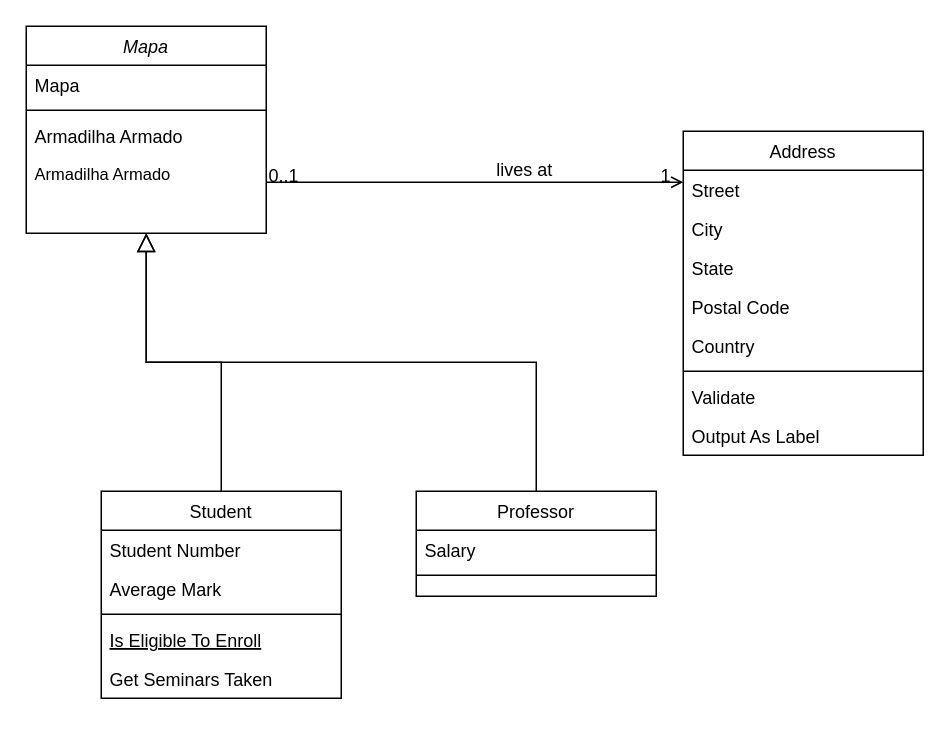
The draw.io diagram Diagrama sem nome.drawio in GabsRMartins/Trabalho-final-PDS2, before the edit. Source tidied: cells renumbered, new cells numbered last; positions are measured from the earlier drawing's top-left corner, leaving out a move shared by most shapes. Both pictures are drawn from the tidied source at 150%, with x=0, y=0 at pixel (26, 26).
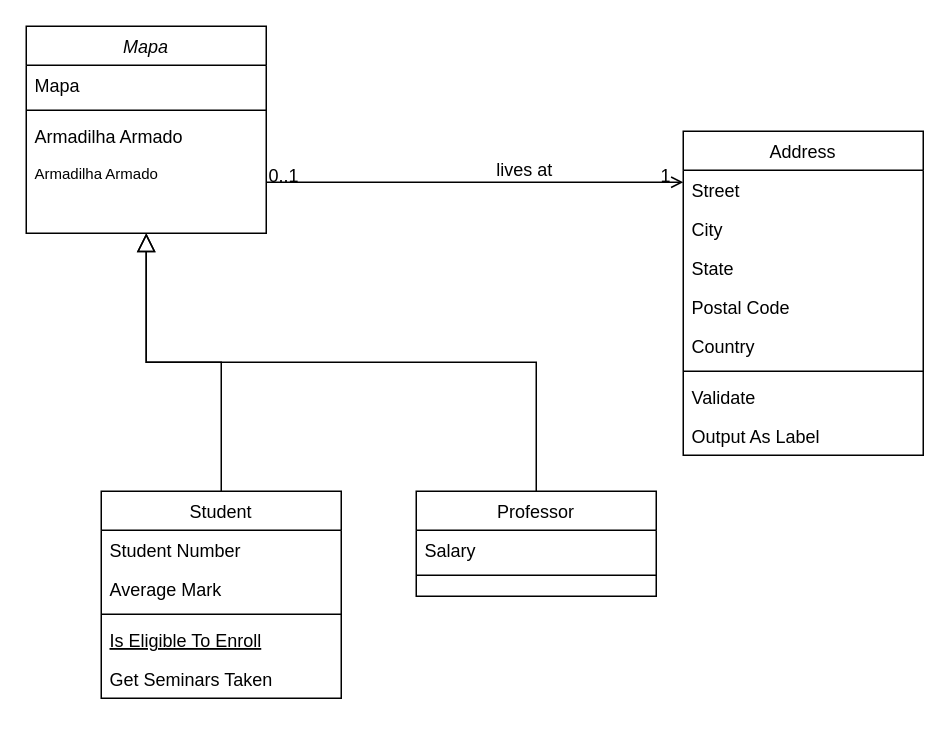
Above is the later version.

Unchanged cells that the change refers to:
```xml
<mxCell id="2" value="Mapa" style="swimlane;fontStyle=2;align=center;verticalAlign=top;horizontal=1;startSize=26;rounded=0;shadow=0;strokeWidth=1;" parent="1" vertex="1">
  <mxGeometry width="160" height="138" as="geometry" />
</mxCell>
```

Change to the diagram source:
```diff
@@
-    <mxCell id="6" value="Armadilha Armado" style="text;align=left;verticalAlign=top;spacingLeft=4;spacingRight=4;overflow=hidden;fontSize=11;" parent="2" vertex="1">
+    <mxCell id="6" value="Armadilha Armado" style="text;align=left;verticalAlign=top;spacingLeft=4;spacingRight=4;overflow=hidden;fontSize=10;" parent="2" vertex="1">
       <mxGeometry y="86" width="160" height="26" as="geometry" />
     </mxCell>
```
